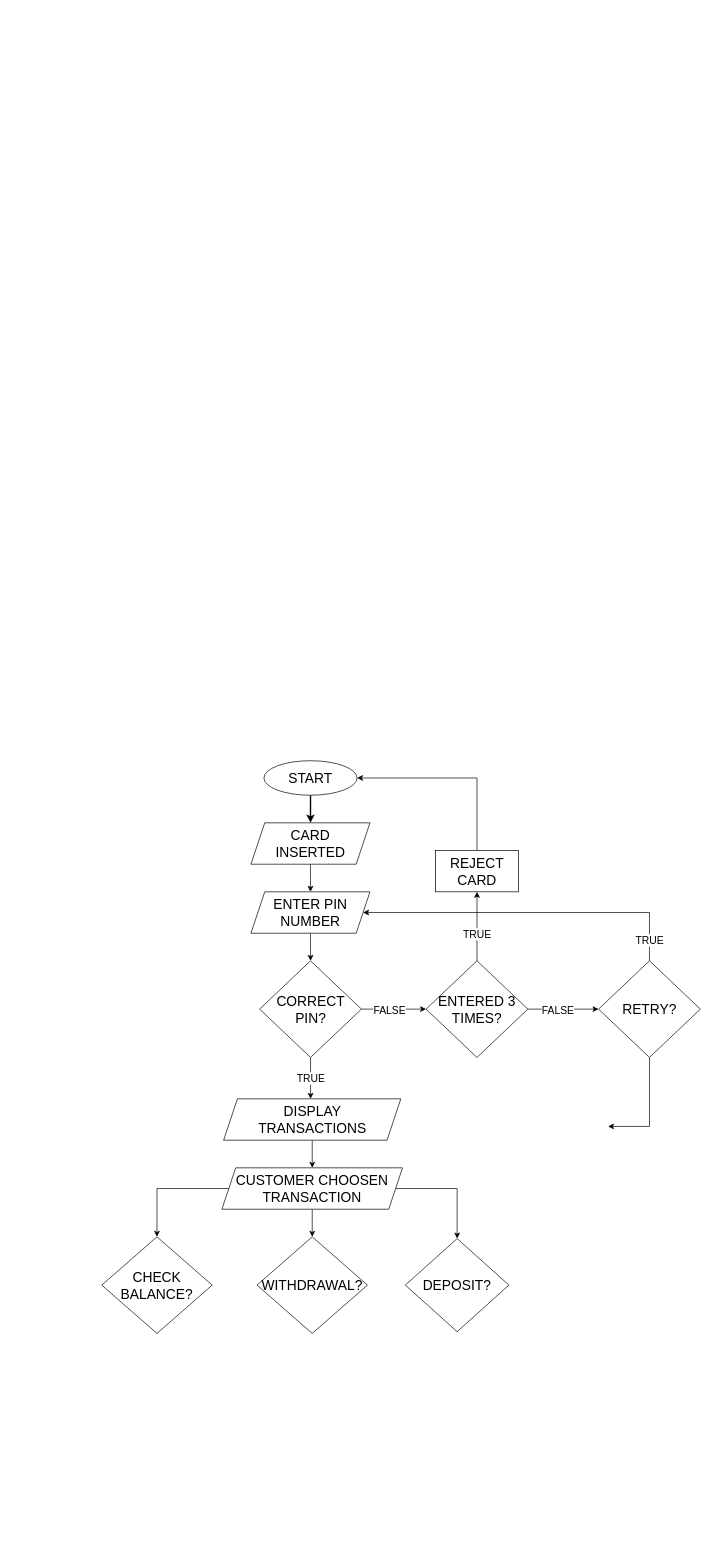
Before: RESOURCES/Diagram/ATM Flowchart.drawio in peteskylight/THESIS_MAIN, a draw.io diagram. Source tidied: cells renumbered, new cells numbered last; positions are measured from the earlier drawing's top-left corner, leaving out a move shared by most shapes. Both pictures are drawn from the tidied source at 69%, with x=0, y=0 at pixel (101, 760).
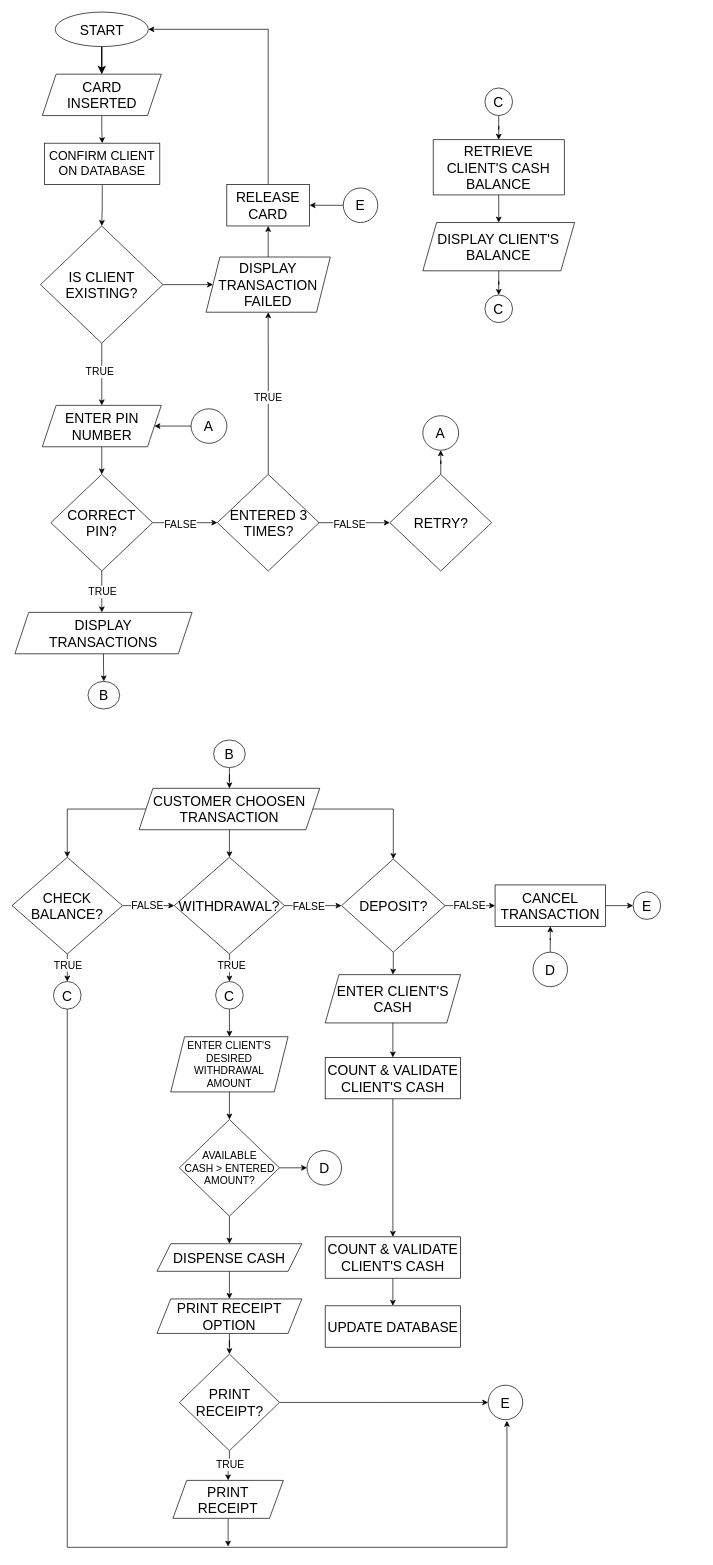
After the change.

What changed in the source:
```diff
@@
-    <mxCell id="2" style="edgeStyle=orthogonalEdgeStyle;rounded=0;jettySize=auto;html=1;" parent="1" edge="1" source="3" target="7">
-      <mxGeometry relative="1" as="geometry" />
-    </mxCell>
+    <mxCell id="33" style="edgeStyle=orthogonalEdgeStyle;rounded=0;jettySize=auto;html=1;" parent="1" edge="1" source="3" target="48">
+      <mxGeometry relative="1" as="geometry" />
+    </mxCell>
     <mxCell id="3" value="&lt;font style=&quot;font-size: 20px;&quot;&gt;CARD&lt;/font&gt;&lt;div&gt;&lt;font style=&quot;font-size: 20px;&quot;&gt;INSERTED&lt;/font&gt;&lt;/div&gt;" style="shape=parallelogram;perimeter=parallelogramPerimeter;whiteSpace=wrap;html=1;fixedSize=1;" parent="1" vertex="1">
-      <mxGeometry x="216.2" y="90" width="172.5" height="60" as="geometry" />
+      <mxGeometry x="-86.2" y="-995" width="172.5" height="60" as="geometry" />
     </mxCell>
@@
     <mxCell id="5" value="START" style="ellipse;whiteSpace=wrap;html=1;fontSize=20;" parent="1" vertex="1">
-      <mxGeometry x="235" width="135" height="50" as="geometry" />
+      <mxGeometry x="-67.5" y="-1085" width="135" height="50" as="geometry" />
     </mxCell>
@@
     <mxCell id="7" value="&lt;span style=&quot;font-size: 20px;&quot;&gt;ENTER PIN NUMBER&lt;/span&gt;" style="shape=parallelogram;perimeter=parallelogramPerimeter;whiteSpace=wrap;html=1;fixedSize=1;" parent="1" vertex="1">
-      <mxGeometry x="216.2" y="190" width="172.5" height="60" as="geometry" />
+      <mxGeometry x="-86.2" y="-515" width="172.5" height="60" as="geometry" />
     </mxCell>
@@
     <mxCell id="10" style="edgeStyle=orthogonalEdgeStyle;rounded=0;jettySize=auto;html=1;" parent="1" edge="1" source="12">
       <mxGeometry relative="1" as="geometry">
-        <mxPoint x="302.6" y="490" as="targetPoint" />
+        <mxPoint x="0.1" y="-215" as="targetPoint" />
       </mxGeometry>
     </mxCell>
@@
     <mxCell id="12" value="CORRECT PIN?" style="rhombus;whiteSpace=wrap;html=1;fontSize=20;" parent="1" vertex="1">
-      <mxGeometry x="228.8" y="290" width="147.5" height="140" as="geometry" />
+      <mxGeometry x="-73.8" y="-415" width="147.5" height="140" as="geometry" />
     </mxCell>
-    <mxCell id="13" style="edgeStyle=orthogonalEdgeStyle;rounded=0;jettySize=auto;html=1;" parent="1" edge="1" source="17" target="19">
+    <mxCell id="13" style="edgeStyle=orthogonalEdgeStyle;rounded=0;jettySize=auto;html=1;entryX=0.5;entryY=1;entryDx=0;entryDy=0;" parent="1" edge="1" source="17" target="52">
       <mxGeometry relative="1" as="geometry" />
     </mxCell>
     <mxCell id="14" value="TRUE" style="edgeLabel;html=1;align=center;verticalAlign=middle;fontSize=15;" parent="13" vertex="1">
       <mxGeometry x="-0.06" y="-1" relative="1" as="geometry">
-        <mxPoint x="-1" y="7" as="offset" />
+        <mxPoint x="-2" y="-2" as="offset" />
       </mxGeometry>
     </mxCell>
@@
     <mxCell id="17" value="ENTERED 3 TIMES?" style="rhombus;whiteSpace=wrap;html=1;fontSize=20;" parent="1" vertex="1">
-      <mxGeometry x="470" y="290" width="147.5" height="140" as="geometry" />
+      <mxGeometry x="167.5" y="-415" width="147.5" height="140" as="geometry" />
     </mxCell>
     <mxCell id="18" style="edgeStyle=orthogonalEdgeStyle;rounded=0;jettySize=auto;html=1;entryX=1;entryY=0.5;entryDx=0;entryDy=0;" parent="1" edge="1" source="19" target="5">
       <mxGeometry relative="1" as="geometry">
         <Array as="points">
-          <mxPoint x="544" y="25" />
+          <mxPoint x="240.5" y="-1060" />
         </Array>
       </mxGeometry>
     </mxCell>
-    <mxCell id="19" value="REJECT CARD" style="whiteSpace=wrap;html=1;fontSize=20;" parent="1" vertex="1">
-      <mxGeometry x="483.8" y="130" width="120" height="60" as="geometry" />
+    <mxCell id="19" value="RELEASE CARD" style="whiteSpace=wrap;html=1;fontSize=20;" parent="1" vertex="1">
+      <mxGeometry x="181.2" y="-835" width="120" height="60" as="geometry" />
     </mxCell>
-    <mxCell id="20" style="edgeStyle=orthogonalEdgeStyle;rounded=0;jettySize=auto;html=1;" parent="1" edge="1" source="21" target="25">
-      <mxGeometry relative="1" as="geometry" />
-    </mxCell>
+    <mxCell id="34" style="edgeStyle=orthogonalEdgeStyle;rounded=0;jettySize=auto;html=1;" parent="1" edge="1" source="21" target="96">
+      <mxGeometry relative="1" as="geometry" />
+    </mxCell>
     <mxCell id="21" value="DISPLAY&lt;div&gt;TRANSACTIONS&lt;/div&gt;" style="shape=parallelogram;perimeter=parallelogramPerimeter;whiteSpace=wrap;html=1;fixedSize=1;fontSize=20;" parent="1" vertex="1">
-      <mxGeometry x="176.6" y="490" width="256.8" height="60" as="geometry" />
+      <mxGeometry x="-125.9" y="-215" width="256.8" height="60" as="geometry" />
     </mxCell>
@@
     <mxCell id="25" value="CUSTOMER CHOOSEN&lt;div&gt;TRANSACTION&lt;/div&gt;" style="shape=parallelogram;perimeter=parallelogramPerimeter;whiteSpace=wrap;html=1;fixedSize=1;fontSize=20;" parent="1" vertex="1">
-      <mxGeometry x="174.1" y="590" width="261.8" height="60" as="geometry" />
+      <mxGeometry x="54.1" y="40" width="261.8" height="60" as="geometry" />
     </mxCell>
-    <mxCell id="26" style="edgeStyle=orthogonalEdgeStyle;rounded=0;jettySize=auto;html=1;entryX=1;entryY=0.5;entryDx=0;entryDy=0;exitX=0.5;exitY=0;exitDx=0;exitDy=0;" parent="1" edge="1" source="29" target="7">
-      <mxGeometry relative="1" as="geometry">
-        <Array as="points">
-          <mxPoint x="794" y="220" />
-        </Array>
-      </mxGeometry>
-    </mxCell>
-    <mxCell id="27" value="TRUE" style="edgeLabel;html=1;align=center;verticalAlign=middle;fontSize=15;" parent="26" vertex="1">
-      <mxGeometry x="-0.84" y="-2" relative="1" as="geometry">
-        <mxPoint x="-2" y="8" as="offset" />
-      </mxGeometry>
-    </mxCell>
-    <mxCell id="28" style="edgeStyle=orthogonalEdgeStyle;rounded=0;jettySize=auto;html=1;" parent="1" edge="1" source="29">
-      <mxGeometry relative="1" as="geometry">
-        <mxPoint x="733.8" y="530" as="targetPoint" />
-        <Array as="points">
-          <mxPoint x="794" y="530" />
-        </Array>
-      </mxGeometry>
-    </mxCell>
+    <mxCell id="35" style="edgeStyle=orthogonalEdgeStyle;rounded=0;jettySize=auto;html=1;" parent="1" edge="1" source="29" target="93">
+      <mxGeometry relative="1" as="geometry" />
+    </mxCell>
     <mxCell id="29" value="RETRY?" style="rhombus;whiteSpace=wrap;html=1;fontSize=20;" parent="1" vertex="1">
-      <mxGeometry x="720" y="290" width="147.5" height="140" as="geometry" />
+      <mxGeometry x="417.5" y="-415" width="147.5" height="140" as="geometry" />
     </mxCell>
+    <mxCell id="36" style="edgeStyle=orthogonalEdgeStyle;rounded=0;jettySize=auto;html=1;" parent="1" edge="1" source="30" target="31">
+      <mxGeometry relative="1" as="geometry" />
+    </mxCell>
+    <mxCell id="37" value="FALSE" style="edgeLabel;html=1;align=center;verticalAlign=middle;fontSize=15;" parent="36" vertex="1">
+      <mxGeometry x="-0.08" y="1" relative="1" as="geometry" />
+    </mxCell>
+    <mxCell id="38" style="edgeStyle=orthogonalEdgeStyle;rounded=0;jettySize=auto;html=1;" parent="1" edge="1" source="30">
+      <mxGeometry relative="1" as="geometry">
+        <mxPoint x="-50" y="320" as="targetPoint" />
+      </mxGeometry>
+    </mxCell>
+    <mxCell id="39" value="TRUE" style="edgeLabel;html=1;align=center;verticalAlign=middle;fontSize=15;" parent="38" vertex="1">
+      <mxGeometry x="-0.27" relative="1" as="geometry" />
+    </mxCell>
     <mxCell id="30" value="CHECK BALANCE?" style="rhombus;whiteSpace=wrap;html=1;fontSize=20;" parent="1" vertex="1">
-      <mxGeometry y="690" width="160" height="140" as="geometry" />
+      <mxGeometry x="-130" y="140" width="160" height="140" as="geometry" />
     </mxCell>
+    <mxCell id="40" style="edgeStyle=orthogonalEdgeStyle;rounded=0;jettySize=auto;html=1;" parent="1" edge="1" source="31" target="32">
+      <mxGeometry relative="1" as="geometry" />
+    </mxCell>
+    <mxCell id="41" value="FALSE" style="edgeLabel;html=1;align=center;verticalAlign=middle;fontSize=15;" parent="40" vertex="1">
+      <mxGeometry x="-0.17" y="3" relative="1" as="geometry">
+        <mxPoint y="3" as="offset" />
+      </mxGeometry>
+    </mxCell>
+    <mxCell id="42" style="edgeStyle=orthogonalEdgeStyle;rounded=0;jettySize=auto;html=1;" parent="1" edge="1" source="31">
+      <mxGeometry relative="1" as="geometry">
+        <mxPoint x="185" y="320" as="targetPoint" />
+      </mxGeometry>
+    </mxCell>
+    <mxCell id="43" value="TRUE" style="edgeLabel;html=1;align=center;verticalAlign=middle;fontSize=15;" parent="42" vertex="1">
+      <mxGeometry x="-0.23" y="2" relative="1" as="geometry" />
+    </mxCell>
     <mxCell id="31" value="WITHDRAWAL?" style="rhombus;whiteSpace=wrap;html=1;fontSize=20;" parent="1" vertex="1">
-      <mxGeometry x="225" y="690" width="160" height="140" as="geometry" />
+      <mxGeometry x="105" y="140" width="160" height="140" as="geometry" />
     </mxCell>
+    <mxCell id="44" style="edgeStyle=orthogonalEdgeStyle;rounded=0;jettySize=auto;html=1;" parent="1" edge="1" source="32" target="50">
+      <mxGeometry relative="1" as="geometry" />
+    </mxCell>
+    <mxCell id="45" value="FALSE" style="edgeLabel;html=1;align=center;verticalAlign=middle;fontSize=15;" parent="44" vertex="1">
+      <mxGeometry x="-0.03" y="1" relative="1" as="geometry" />
+    </mxCell>
+    <mxCell id="46" style="edgeStyle=orthogonalEdgeStyle;rounded=0;jettySize=auto;html=1;" parent="1" edge="1" source="32" target="84">
+      <mxGeometry relative="1" as="geometry" />
+    </mxCell>
     <mxCell id="32" value="DEPOSIT?" style="rhombus;whiteSpace=wrap;html=1;fontSize=20;" parent="1" vertex="1">
-      <mxGeometry x="440" y="692.5" width="150" height="135" as="geometry" />
+      <mxGeometry x="347.5" y="142.5" width="150" height="135" as="geometry" />
     </mxCell>
+    <mxCell id="47" style="edgeStyle=orthogonalEdgeStyle;rounded=0;jettySize=auto;html=1;" parent="1" edge="1" source="48" target="57">
+      <mxGeometry relative="1" as="geometry" />
+    </mxCell>
+    <mxCell id="48" value="CONFIRM CLIENT ON DATABASE" style="whiteSpace=wrap;html=1;fontSize=18;" parent="1" vertex="1">
+      <mxGeometry x="-82.8" y="-895" width="166.9" height="60" as="geometry" />
+    </mxCell>
+    <mxCell id="49" style="edgeStyle=orthogonalEdgeStyle;rounded=0;jettySize=auto;html=1;" parent="1" edge="1" source="50" target="102">
+      <mxGeometry relative="1" as="geometry" />
+    </mxCell>
+    <mxCell id="50" value="CANCEL TRANSACTION" style="whiteSpace=wrap;html=1;fontSize=20;" parent="1" vertex="1">
+      <mxGeometry x="570" y="180" width="160" height="60" as="geometry" />
+    </mxCell>
+    <mxCell id="51" style="edgeStyle=orthogonalEdgeStyle;rounded=0;jettySize=auto;html=1;" parent="1" edge="1" source="52" target="19">
+      <mxGeometry relative="1" as="geometry" />
+    </mxCell>
+    <mxCell id="52" value="DISPLAY TRANSACTION FAILED" style="shape=parallelogram;perimeter=parallelogramPerimeter;whiteSpace=wrap;html=1;fixedSize=1;fontSize=20;fontStyle=0;" parent="1" vertex="1">
+      <mxGeometry x="151.2" y="-730" width="180" height="80" as="geometry" />
+    </mxCell>
+    <mxCell id="53" style="edgeStyle=orthogonalEdgeStyle;rounded=0;jettySize=auto;html=1;exitX=0.5;exitY=1;exitDx=0;exitDy=0;entryX=0.544;entryY=1.032;entryDx=0;entryDy=0;entryPerimeter=0;" parent="1" edge="1" source="65" target="99">
+      <mxGeometry relative="1" as="geometry">
+        <Array as="points">
+          <mxPoint x="-50" y="1140" />
+          <mxPoint x="587" y="1140" />
+          <mxPoint x="587" y="957" />
+        </Array>
+      </mxGeometry>
+    </mxCell>
+    <mxCell id="54" style="edgeStyle=orthogonalEdgeStyle;rounded=0;jettySize=auto;html=1;" parent="1" edge="1" source="57" target="7">
+      <mxGeometry relative="1" as="geometry" />
+    </mxCell>
+    <mxCell id="55" value="TRUE" style="edgeLabel;html=1;align=center;verticalAlign=middle;fontSize=15;" parent="54" vertex="1">
+      <mxGeometry x="-0.09" y="-4" relative="1" as="geometry" />
+    </mxCell>
+    <mxCell id="56" style="edgeStyle=orthogonalEdgeStyle;rounded=0;jettySize=auto;html=1;" parent="1" edge="1" source="57" target="52">
+      <mxGeometry relative="1" as="geometry" />
+    </mxCell>
+    <mxCell id="57" value="IS CLIENT EXISTING?" style="rhombus;whiteSpace=wrap;html=1;fontSize=20;" parent="1" vertex="1">
+      <mxGeometry x="-88.8" y="-775" width="177.5" height="170" as="geometry" />
+    </mxCell>
+    <mxCell id="58" style="edgeStyle=orthogonalEdgeStyle;rounded=0;jettySize=auto;html=1;" parent="1" edge="1" source="59" target="61">
+      <mxGeometry relative="1" as="geometry" />
+    </mxCell>
+    <mxCell id="59" value="RETRIEVE CLIENT'S CASH BALANCE" style="whiteSpace=wrap;html=1;fontSize=20;" parent="1" vertex="1">
+      <mxGeometry x="480.3" y="-900" width="190" height="80" as="geometry" />
+    </mxCell>
+    <mxCell id="60" style="edgeStyle=orthogonalEdgeStyle;rounded=0;jettySize=auto;html=1;" parent="1" edge="1" source="61" target="64">
+      <mxGeometry relative="1" as="geometry" />
+    </mxCell>
+    <mxCell id="61" value="DISPLAY CLIENT'S BALANCE" style="shape=parallelogram;perimeter=parallelogramPerimeter;whiteSpace=wrap;html=1;fixedSize=1;fontSize=20;" parent="1" vertex="1">
+      <mxGeometry x="465.3" y="-780" width="220" height="70" as="geometry" />
+    </mxCell>
+    <mxCell id="62" style="edgeStyle=orthogonalEdgeStyle;rounded=0;jettySize=auto;html=1;" parent="1" edge="1" source="63" target="59">
+      <mxGeometry relative="1" as="geometry" />
+    </mxCell>
+    <mxCell id="63" value="C" style="ellipse;whiteSpace=wrap;html=1;fontSize=20;" parent="1" vertex="1">
+      <mxGeometry x="555.3" y="-975" width="40" height="40" as="geometry" />
+    </mxCell>
+    <mxCell id="64" value="C" style="ellipse;whiteSpace=wrap;html=1;fontSize=20;" parent="1" vertex="1">
+      <mxGeometry x="555.3" y="-675" width="40" height="40" as="geometry" />
+    </mxCell>
+    <mxCell id="65" value="C" style="ellipse;whiteSpace=wrap;html=1;fontSize=20;" parent="1" vertex="1">
+      <mxGeometry x="-70" y="320" width="40" height="40" as="geometry" />
+    </mxCell>
+    <mxCell id="66" style="edgeStyle=orthogonalEdgeStyle;rounded=0;jettySize=auto;html=1;" parent="1" edge="1" source="67" target="69">
+      <mxGeometry relative="1" as="geometry" />
+    </mxCell>
+    <mxCell id="67" value="C" style="ellipse;whiteSpace=wrap;html=1;fontSize=20;" parent="1" vertex="1">
+      <mxGeometry x="165" y="320" width="40" height="40" as="geometry" />
+    </mxCell>
+    <mxCell id="68" style="edgeStyle=orthogonalEdgeStyle;rounded=0;jettySize=auto;html=1;" parent="1" edge="1" source="69" target="72">
+      <mxGeometry relative="1" as="geometry" />
+    </mxCell>
+    <mxCell id="69" value="ENTER CLIENT'S DESIRED WITHDRAWAL AMOUNT" style="shape=parallelogram;perimeter=parallelogramPerimeter;whiteSpace=wrap;html=1;fixedSize=1;fontSize=15;" parent="1" vertex="1">
+      <mxGeometry x="100" y="400" width="170" height="80" as="geometry" />
+    </mxCell>
+    <mxCell id="70" style="edgeStyle=orthogonalEdgeStyle;rounded=0;jettySize=auto;html=1;" parent="1" edge="1" source="72" target="74">
+      <mxGeometry relative="1" as="geometry" />
+    </mxCell>
+    <mxCell id="71" style="edgeStyle=orthogonalEdgeStyle;rounded=0;jettySize=auto;html=1;" parent="1" edge="1" source="72" target="90">
+      <mxGeometry relative="1" as="geometry" />
+    </mxCell>
+    <mxCell id="72" value="AVAILABLE&lt;div style=&quot;font-size: 15px;&quot;&gt;CASH &amp;gt; ENTERED AMOUNT?&lt;/div&gt;" style="rhombus;whiteSpace=wrap;html=1;fontSize=15;" parent="1" vertex="1">
+      <mxGeometry x="112.5" y="520" width="145" height="140" as="geometry" />
+    </mxCell>
+    <mxCell id="73" style="edgeStyle=orthogonalEdgeStyle;rounded=0;jettySize=auto;html=1;" parent="1" edge="1" source="74" target="76">
+      <mxGeometry relative="1" as="geometry" />
+    </mxCell>
+    <mxCell id="74" value="DISPENSE CASH" style="shape=parallelogram;perimeter=parallelogramPerimeter;whiteSpace=wrap;html=1;fixedSize=1;fontSize=20;" parent="1" vertex="1">
+      <mxGeometry x="80" y="700" width="210" height="40" as="geometry" />
+    </mxCell>
+    <mxCell id="75" style="edgeStyle=orthogonalEdgeStyle;rounded=0;jettySize=auto;html=1;" parent="1" edge="1" source="76" target="80">
+      <mxGeometry relative="1" as="geometry" />
+    </mxCell>
+    <mxCell id="76" value="PRINT RECEIPT OPTION" style="shape=parallelogram;perimeter=parallelogramPerimeter;whiteSpace=wrap;html=1;fixedSize=1;fontSize=20;" parent="1" vertex="1">
+      <mxGeometry x="80" y="780" width="210" height="50" as="geometry" />
+    </mxCell>
+    <mxCell id="77" style="edgeStyle=orthogonalEdgeStyle;rounded=0;jettySize=auto;html=1;" parent="1" edge="1" source="80" target="82">
+      <mxGeometry relative="1" as="geometry" />
+    </mxCell>
+    <mxCell id="78" value="TRUE" style="edgeLabel;html=1;align=center;verticalAlign=middle;fontSize=15;" parent="77" vertex="1">
+      <mxGeometry x="-0.14" relative="1" as="geometry" />
+    </mxCell>
+    <mxCell id="79" style="edgeStyle=orthogonalEdgeStyle;rounded=0;jettySize=auto;html=1;" parent="1" edge="1" source="80">
+      <mxGeometry relative="1" as="geometry">
+        <mxPoint x="560" y="930" as="targetPoint" />
+      </mxGeometry>
+    </mxCell>
+    <mxCell id="80" value="PRINT RECEIPT?" style="rhombus;whiteSpace=wrap;html=1;fontSize=20;" parent="1" vertex="1">
+      <mxGeometry x="112.5" y="860" width="145" height="140" as="geometry" />
+    </mxCell>
+    <mxCell id="81" style="edgeStyle=orthogonalEdgeStyle;rounded=0;jettySize=auto;html=1;" parent="1" edge="1" source="82">
+      <mxGeometry relative="1" as="geometry">
+        <mxPoint x="183" y="1139" as="targetPoint" />
+      </mxGeometry>
+    </mxCell>
+    <mxCell id="82" value="PRINT&lt;div&gt;RECEIPT&lt;/div&gt;" style="shape=parallelogram;perimeter=parallelogramPerimeter;whiteSpace=wrap;html=1;fixedSize=1;fontSize=20;" parent="1" vertex="1">
+      <mxGeometry x="103.1" y="1043" width="160" height="55" as="geometry" />
+    </mxCell>
+    <mxCell id="83" style="edgeStyle=orthogonalEdgeStyle;rounded=0;jettySize=auto;html=1;" parent="1" edge="1" source="84" target="86">
+      <mxGeometry relative="1" as="geometry" />
+    </mxCell>
+    <mxCell id="84" value="ENTER CLIENT'S CASH" style="shape=parallelogram;perimeter=parallelogramPerimeter;whiteSpace=wrap;html=1;fixedSize=1;fontSize=20;" parent="1" vertex="1">
+      <mxGeometry x="323.8" y="310" width="196.2" height="70" as="geometry" />
+    </mxCell>
+    <mxCell id="85" style="edgeStyle=orthogonalEdgeStyle;rounded=0;jettySize=auto;html=1;" parent="1" edge="1" source="86" target="88">
+      <mxGeometry relative="1" as="geometry" />
+    </mxCell>
+    <mxCell id="86" value="COUNT &amp;amp; VALIDATE CLIENT'S CASH" style="whiteSpace=wrap;html=1;fontSize=20;" parent="1" vertex="1">
+      <mxGeometry x="323.8" y="430" width="196.2" height="60" as="geometry" />
+    </mxCell>
+    <mxCell id="87" style="edgeStyle=orthogonalEdgeStyle;rounded=0;jettySize=auto;html=1;" parent="1" edge="1" source="88" target="89">
+      <mxGeometry relative="1" as="geometry" />
+    </mxCell>
+    <mxCell id="88" value="COUNT &amp;amp; VALIDATE CLIENT'S CASH" style="whiteSpace=wrap;html=1;fontSize=20;" parent="1" vertex="1">
+      <mxGeometry x="323.8" y="690" width="196.2" height="60" as="geometry" />
+    </mxCell>
+    <mxCell id="89" value="UPDATE DATABASE" style="whiteSpace=wrap;html=1;fontSize=20;" parent="1" vertex="1">
+      <mxGeometry x="323.8" y="790" width="196.2" height="60" as="geometry" />
+    </mxCell>
+    <mxCell id="90" value="D" style="ellipse;whiteSpace=wrap;html=1;fontSize=20;" parent="1" vertex="1">
+      <mxGeometry x="297.5" y="565" width="50" height="50" as="geometry" />
+    </mxCell>
+    <mxCell id="91" style="edgeStyle=orthogonalEdgeStyle;rounded=0;jettySize=auto;html=1;" parent="1" edge="1" source="92" target="50">
+      <mxGeometry relative="1" as="geometry" />
+    </mxCell>
+    <mxCell id="92" value="D" style="ellipse;whiteSpace=wrap;html=1;fontSize=20;" parent="1" vertex="1">
+      <mxGeometry x="625" y="277.5" width="50" height="50" as="geometry" />
+    </mxCell>
+    <mxCell id="93" value="A" style="ellipse;whiteSpace=wrap;html=1;fontSize=20;" parent="1" vertex="1">
+      <mxGeometry x="465.3" y="-500" width="51.9" height="50" as="geometry" />
+    </mxCell>
+    <mxCell id="94" style="edgeStyle=orthogonalEdgeStyle;rounded=0;jettySize=auto;html=1;" parent="1" edge="1" source="95" target="7">
+      <mxGeometry relative="1" as="geometry" />
+    </mxCell>
+    <mxCell id="95" value="A" style="ellipse;whiteSpace=wrap;html=1;fontSize=20;" parent="1" vertex="1">
+      <mxGeometry x="129.4" y="-510" width="51.9" height="50" as="geometry" />
+    </mxCell>
+    <mxCell id="96" value="B" style="ellipse;whiteSpace=wrap;html=1;fontSize=20;" parent="1" vertex="1">
+      <mxGeometry x="-20" y="-115" width="46" height="40" as="geometry" />
+    </mxCell>
+    <mxCell id="97" style="edgeStyle=orthogonalEdgeStyle;rounded=0;jettySize=auto;html=1;" parent="1" edge="1" source="98" target="25">
+      <mxGeometry relative="1" as="geometry" />
+    </mxCell>
+    <mxCell id="98" value="B" style="ellipse;whiteSpace=wrap;html=1;fontSize=20;" parent="1" vertex="1">
+      <mxGeometry x="162" y="-30" width="46" height="40" as="geometry" />
+    </mxCell>
+    <mxCell id="99" value="E" style="ellipse;whiteSpace=wrap;html=1;fontSize=20;" parent="1" vertex="1">
+      <mxGeometry x="560" y="905" width="50" height="50" as="geometry" />
+    </mxCell>
+    <mxCell id="100" style="edgeStyle=orthogonalEdgeStyle;rounded=0;jettySize=auto;html=1;" parent="1" edge="1" source="101" target="19">
+      <mxGeometry relative="1" as="geometry" />
+    </mxCell>
+    <mxCell id="101" value="E" style="ellipse;whiteSpace=wrap;html=1;fontSize=20;" parent="1" vertex="1">
+      <mxGeometry x="350" y="-830" width="50" height="50" as="geometry" />
+    </mxCell>
+    <mxCell id="102" value="E" style="ellipse;whiteSpace=wrap;html=1;fontSize=20;" parent="1" vertex="1">
+      <mxGeometry x="770" y="190" width="40" height="40" as="geometry" />
+    </mxCell>
```
